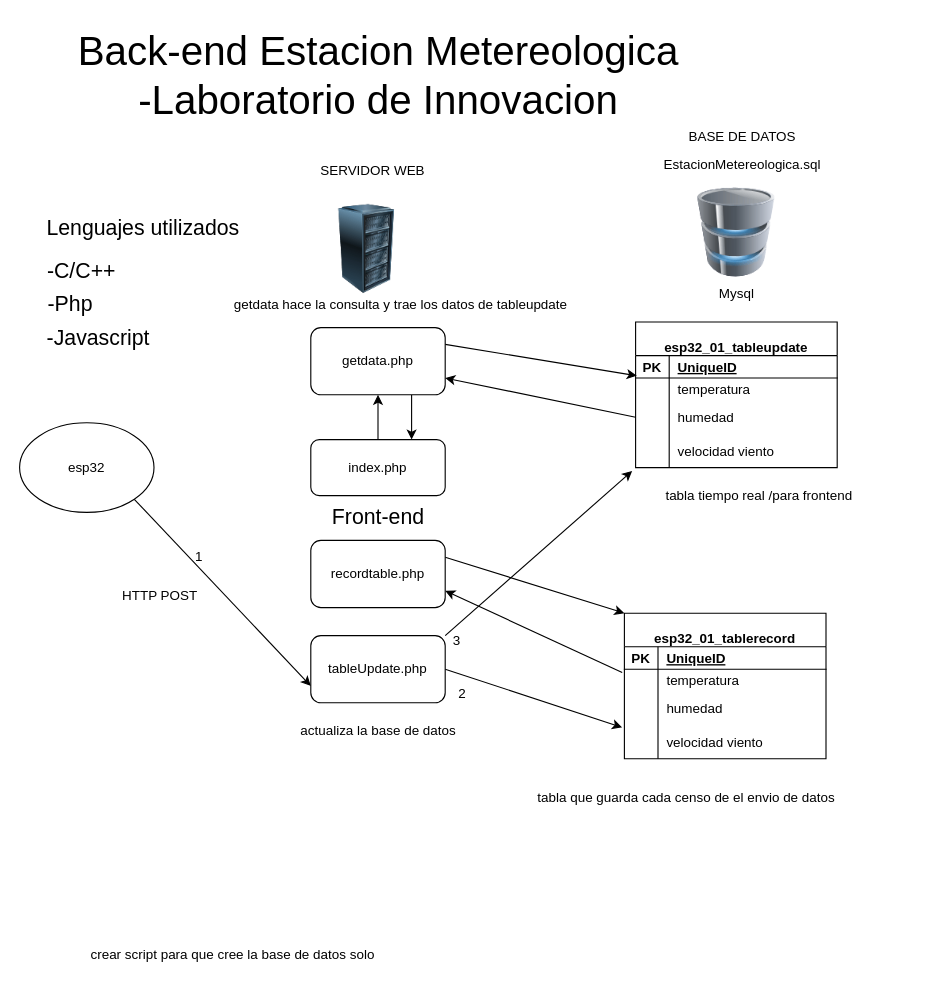
Above: AAESTACIONM-MASTER-ASUBIR/conexion/draw.drawio in psiconervio/Esp32-Dashboard-Simplificado (draw.io), before the change. Source tidied: cells renumbered, new cells numbered last; positions are measured from the earlier drawing's top-left corner, leaving out a move shared by most shapes. Both pictures are drawn from the tidied source at 112%, with x=0, y=0 at pixel (19, 19).
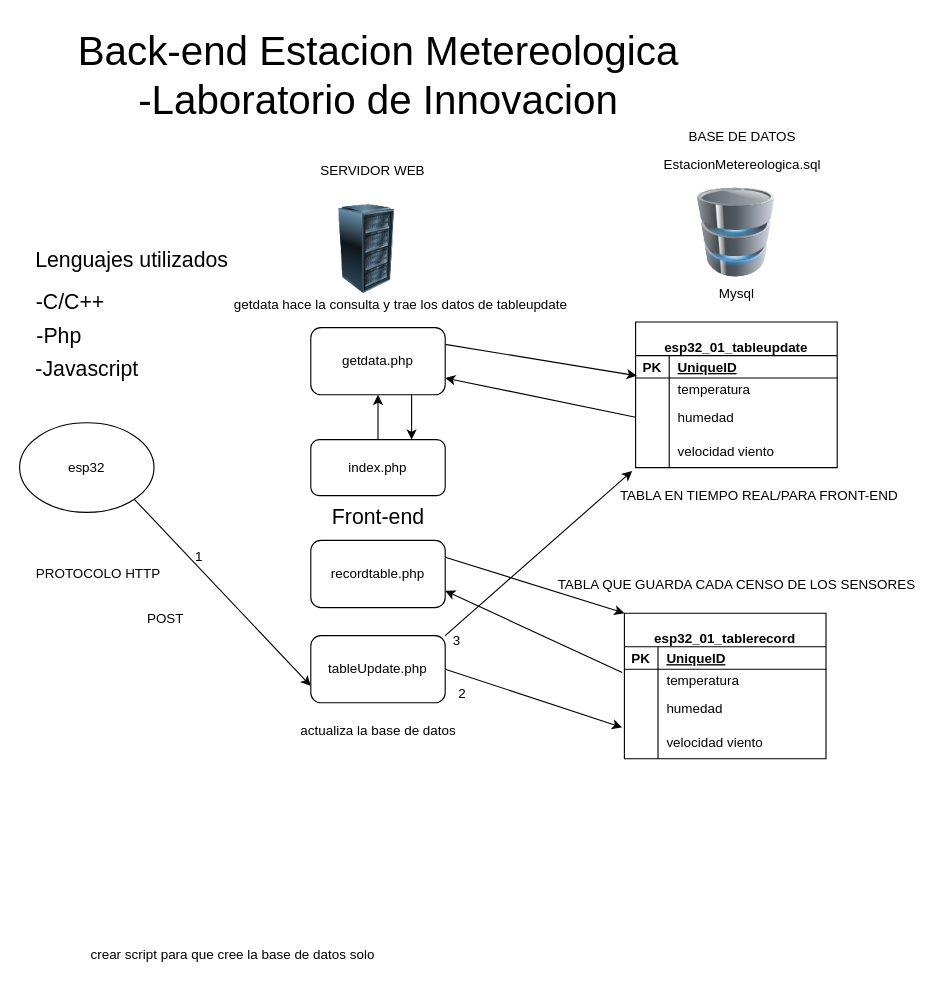
After the change.

Change to the diagram source:
```diff
@@
-    <mxCell id="13" value="HTTP POST" style="text;html=1;align=center;verticalAlign=middle;strokeColor=none;fillColor=none;" parent="1" vertex="1">
-      <mxGeometry x="80" y="500" width="90" height="30" as="geometry" />
+    <mxCell id="13" value="POST" style="text;html=1;align=center;verticalAlign=middle;strokeColor=none;fillColor=none;" parent="1" vertex="1">
+      <mxGeometry x="100" y="520" width="60" height="30" as="geometry" />
     </mxCell>
@@
-    <mxCell id="52" value="tabla que guarda cada censo de el envio de datos" style="text;html=1;align=center;verticalAlign=middle;strokeColor=none;fillColor=none;" parent="1" vertex="1">
-      <mxGeometry x="450" y="680" width="290" height="30" as="geometry" />
+    <mxCell id="52" value="TABLA QUE GUARDA CADA CENSO DE LOS SENSORES" style="text;html=1;align=center;verticalAlign=middle;strokeColor=none;fillColor=none;" parent="1" vertex="1">
+      <mxGeometry x="470" y="490" width="340" height="30" as="geometry" />
     </mxCell>
-    <mxCell id="53" value="tabla tiempo real /para frontend" style="text;html=1;align=center;verticalAlign=middle;strokeColor=none;fillColor=none;" parent="1" vertex="1">
-      <mxGeometry x="565" y="410" width="190" height="30" as="geometry" />
+    <mxCell id="53" value="TABLA EN TIEMPO REAL/PARA FRONT-END" style="text;html=1;align=center;verticalAlign=middle;strokeColor=none;fillColor=none;" parent="1" vertex="1">
+      <mxGeometry x="525" y="410" width="270" height="30" as="geometry" />
     </mxCell>
@@
     <mxCell id="55" value="&lt;font style=&quot;font-size: 19px;&quot;&gt;Lenguajes utilizados&lt;/font&gt;" style="text;html=1;align=center;verticalAlign=middle;strokeColor=none;fillColor=none;fontSize=36;" parent="1" vertex="1">
-      <mxGeometry x="10" y="150" width="200" height="60" as="geometry" />
+      <mxGeometry y="177.5" width="200" height="60" as="geometry" />
     </mxCell>
     <mxCell id="56" value="-C/C++" style="text;html=1;align=center;verticalAlign=middle;strokeColor=none;fillColor=none;fontSize=19;" parent="1" vertex="1">
-      <mxGeometry x="15" y="205" width="80" height="40" as="geometry" />
+      <mxGeometry x="5" y="232.5" width="80" height="40" as="geometry" />
     </mxCell>
     <mxCell id="57" value="-Php" style="text;html=1;align=center;verticalAlign=middle;strokeColor=none;fillColor=none;fontSize=19;" parent="1" vertex="1">
-      <mxGeometry x="15" y="235" width="60" height="40" as="geometry" />
+      <mxGeometry x="5" y="262.5" width="60" height="40" as="geometry" />
     </mxCell>
     <mxCell id="58" value="-Javascript" style="text;html=1;align=center;verticalAlign=middle;strokeColor=none;fillColor=none;fontSize=19;" parent="1" vertex="1">
-      <mxGeometry x="10" y="265" width="120" height="40" as="geometry" />
+      <mxGeometry y="292.5" width="120" height="40" as="geometry" />
     </mxCell>
@@
+    <mxCell id="63" value="PROTOCOLO HTTP" style="text;html=1;align=center;verticalAlign=middle;strokeColor=none;fillColor=none;" parent="1" vertex="1">
+      <mxGeometry x="5" y="480" width="130" height="30" as="geometry" />
+    </mxCell>
```
